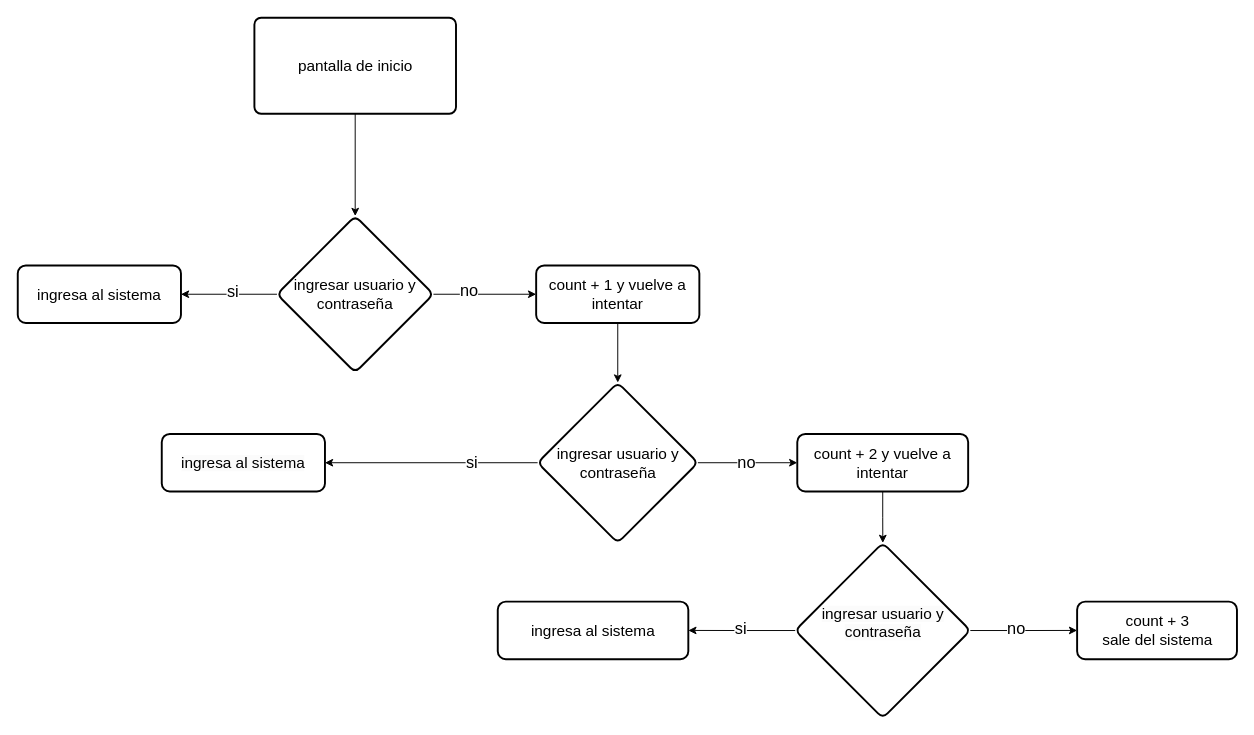
Before: Diagrama sin título.drawio in cuerojr/tp-1-ayed, a draw.io diagram. Source tidied: cells renumbered, new cells numbered last; positions are measured from the earlier drawing's top-left corner, leaving out a move shared by most shapes. Both pictures are drawn from the tidied source at 96%, with x=0, y=0 at pixel (17, 17).
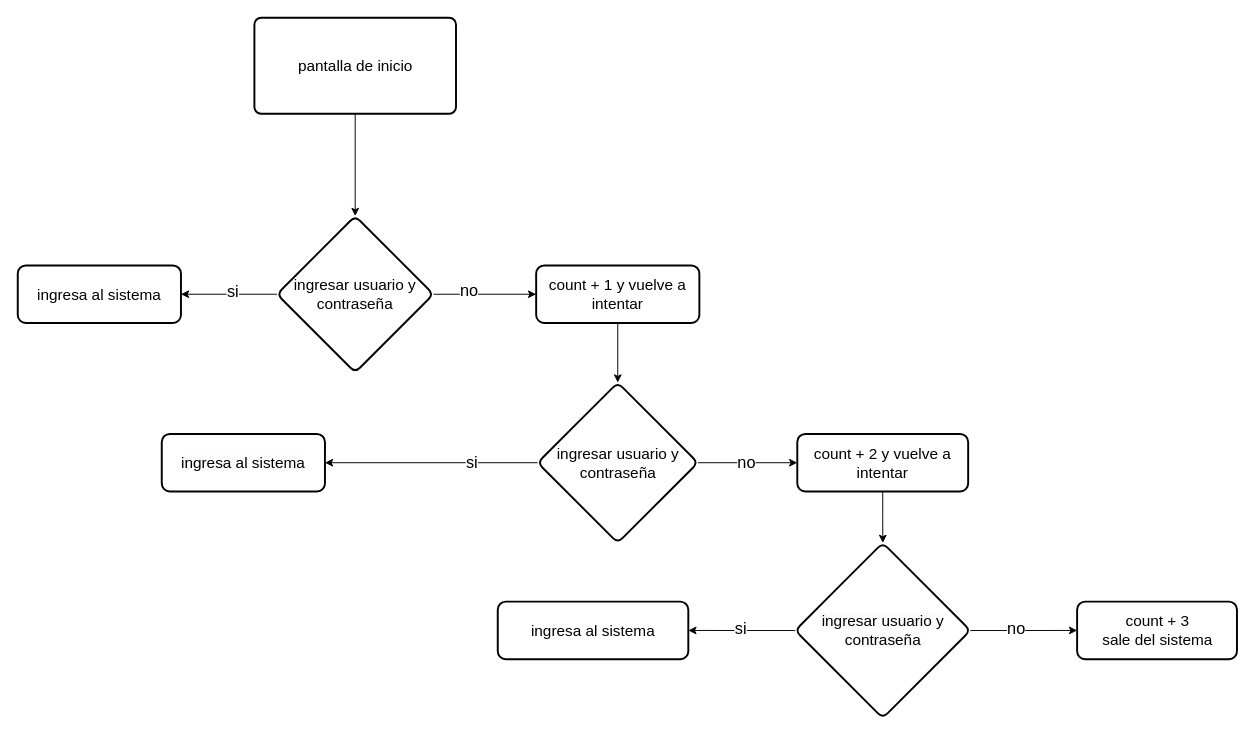
After the change.

The edit, as a diff of the source:
```diff
@@
-    <mxCell id="24" value="&#10;&lt;span style=&quot;color: rgb(0, 0, 0); font-family: Helvetica; font-size: 16px; font-style: normal; font-variant-ligatures: normal; font-variant-caps: normal; font-weight: 400; letter-spacing: normal; orphans: 2; text-align: center; text-indent: 0px; text-transform: none; widows: 2; word-spacing: 0px; -webkit-text-stroke-width: 0px; white-space: normal; background-color: rgb(251, 251, 251); text-decoration-thickness: initial; text-decoration-style: initial; text-decoration-color: initial; display: inline !important; float: none;&quot;&gt;ingresar usuario y contraseña&lt;/span&gt;&#10;&#10;" style="rhombus;whiteSpace=wrap;html=1;rounded=1;arcSize=14;strokeWidth=2;" parent="1" vertex="1">
+    <mxCell id="24" value="&lt;span style=&quot;color: rgb(0, 0, 0); font-family: Helvetica; font-size: 16px; font-style: normal; font-variant-ligatures: normal; font-variant-caps: normal; font-weight: 400; letter-spacing: normal; orphans: 2; text-align: center; text-indent: 0px; text-transform: none; widows: 2; word-spacing: 0px; -webkit-text-stroke-width: 0px; white-space: normal; background-color: rgb(251, 251, 251); text-decoration-thickness: initial; text-decoration-style: initial; text-decoration-color: initial; display: inline !important; float: none;&quot;&gt;ingresar usuario y contraseña&lt;/span&gt;" style="rhombus;whiteSpace=wrap;html=1;rounded=1;arcSize=14;strokeWidth=2;" parent="1" vertex="1">
       <mxGeometry x="809.8" y="547" width="182.5" height="182.5" as="geometry" />
     </mxCell>
```
